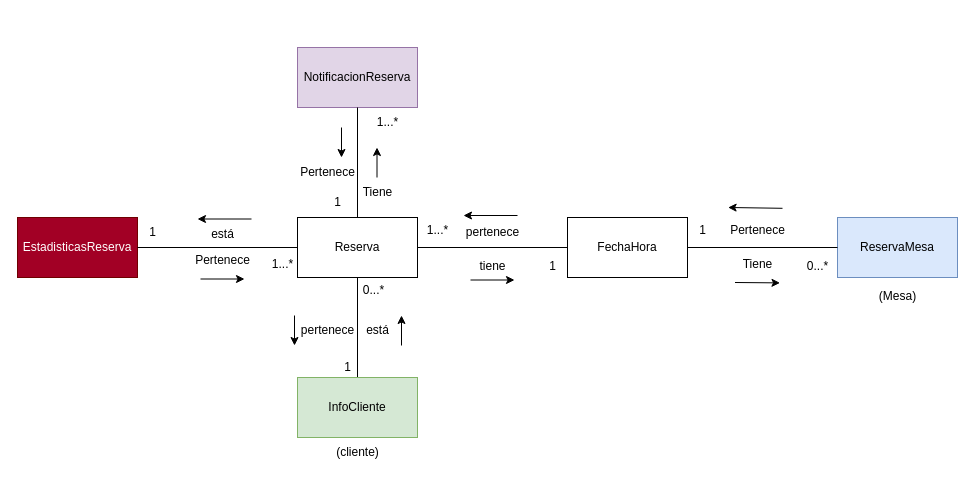
andrescardo98/doo keeps this draw.io diagram as page "Reservas" (3 of 11) of Restaurante_Disenio.drawio. Above is the earlier version. Source tidied: cells renumbered, new cells numbered last; positions are measured from the earlier drawing's top-left corner, leaving out a move shared by most shapes. Both pictures are drawn from the tidied source at 100%, with x=0, y=0 at pixel (17, 47).
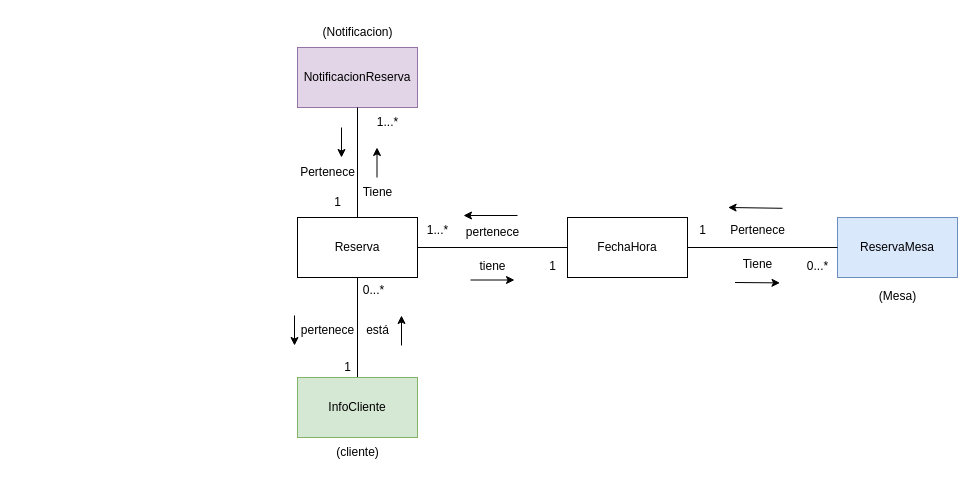
The same diagram, later.

Unchanged cells that the change refers to:
```xml
<mxCell id="4" value="Reserva" style="rounded=0;whiteSpace=wrap;html=1;" parent="1" vertex="1">
  <mxGeometry x="280" y="170" width="120" height="60" as="geometry" />
</mxCell>
```

Diff of the diagram source:
```diff
@@
-    <mxCell id="20" value="EstadisticasReserva" style="rounded=0;whiteSpace=wrap;html=1;fillColor=#a20025;fontColor=#ffffff;strokeColor=#6F0000;" parent="1" vertex="1">
-      <mxGeometry y="170" width="120" height="60" as="geometry" />
-    </mxCell>
-    <mxCell id="21" style="endArrow=none;html=1;rounded=0;entryX=0;entryY=0.5;entryDx=0;entryDy=0;exitX=1;exitY=0.5;exitDx=0;exitDy=0;" parent="1" edge="1" source="20" target="4">
-      <mxGeometry relative="1" as="geometry" />
-    </mxCell>
-    <mxCell id="22" value="está" style="text;html=1;align=center;verticalAlign=middle;strokeColor=none;fillColor=none;" parent="1" vertex="1">
-      <mxGeometry x="180" y="171.5" width="50" height="30" as="geometry" />
-    </mxCell>
-    <mxCell id="23" style="endArrow=classic;html=1;rounded=0;entryX=0.857;entryY=1.133;entryDx=0;entryDy=0;entryPerimeter=0;" parent="1" edge="1">
-      <mxGeometry relative="1" as="geometry">
-        <mxPoint x="183" y="231.5" as="sourcePoint" />
-        <mxPoint x="227" y="231.5" as="targetPoint" />
-      </mxGeometry>
-    </mxCell>
-    <mxCell id="24" value="1" style="text;html=1;align=center;verticalAlign=middle;strokeColor=none;fillColor=none;" parent="1" vertex="1">
-      <mxGeometry x="120" y="170" width="30" height="30" as="geometry" />
-    </mxCell>
-    <mxCell id="25" value="Pertenece" style="text;html=1;align=center;verticalAlign=middle;strokeColor=none;fillColor=none;" parent="1" vertex="1">
-      <mxGeometry x="165" y="198" width="80" height="30" as="geometry" />
-    </mxCell>
-    <mxCell id="26" style="endArrow=classic;html=1;rounded=0;entryX=0;entryY=-0.08;entryDx=0;entryDy=0;entryPerimeter=0;exitX=1.088;exitY=-0.053;exitDx=0;exitDy=0;exitPerimeter=0;" parent="1" edge="1">
-      <mxGeometry relative="1" as="geometry">
-        <mxPoint x="234" y="171.5" as="sourcePoint" />
-        <mxPoint x="180" y="171.5" as="targetPoint" />
-      </mxGeometry>
-    </mxCell>
-    <mxCell id="27" value="1...*" style="text;html=1;align=center;verticalAlign=middle;strokeColor=none;fillColor=none;" parent="1" vertex="1">
-      <mxGeometry x="245" y="201.5" width="40" height="30" as="geometry" />
-    </mxCell>
@@
+    <mxCell id="45" value="(Notificacion)" style="text;html=1;align=center;verticalAlign=middle;strokeColor=none;fillColor=none;" parent="1" vertex="1">
+      <mxGeometry x="295" y="-30" width="90" height="30" as="geometry" />
+    </mxCell>
```
